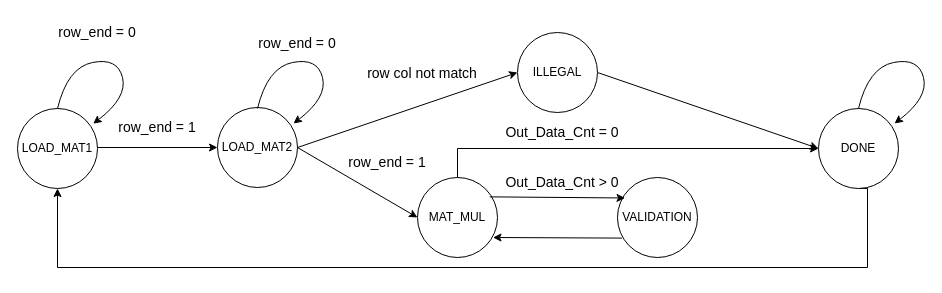
The draw.io diagram HW3_P76124265/diagram/FSM state.drawio in TreeLand1101/NCKU-Digital_Design, before the edit. Source tidied: cells renumbered, new cells numbered last; positions are measured from the earlier drawing's top-left corner, leaving out a move shared by most shapes. Both pictures are drawn from the tidied source at 100%, with x=0, y=0 at pixel (17, 17).
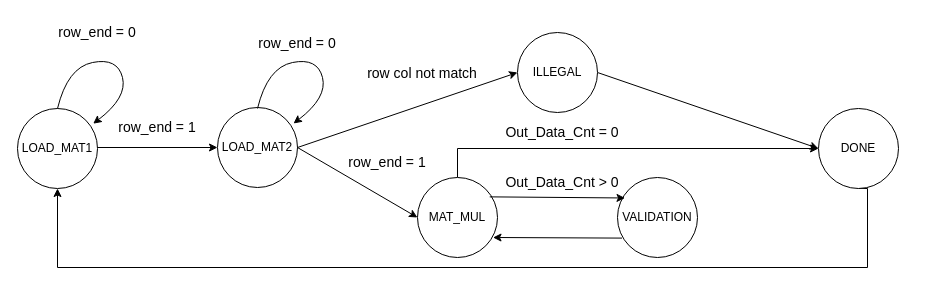
After the change.

What changed in the source:
```diff
@@
-    <mxCell id="15" style="curved=1;endArrow=classic;html=1;rounded=0;exitX=0.5;exitY=0;exitDx=0;exitDy=0;entryX=0.946;entryY=0.19;entryDx=0;entryDy=0;entryPerimeter=0;strokeColor=default;flowAnimation=0;" parent="1" edge="1">
-      <mxGeometry relative="1" as="geometry">
-        <mxPoint x="841" y="91" as="sourcePoint" />
-        <mxPoint x="877" y="106" as="targetPoint" />
-        <Array as="points">
-          <mxPoint x="851" y="50" />
-          <mxPoint x="901" y="40" />
-          <mxPoint x="911" y="80" />
-        </Array>
-      </mxGeometry>
-    </mxCell>
```
